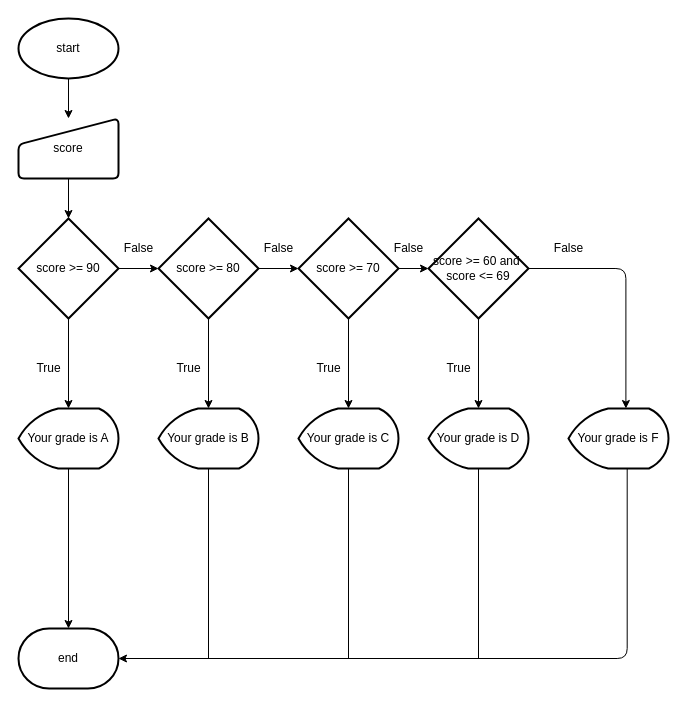
The draw.io diagram Draw IO L01/EX3.drawio in Sonparun/Sonparun, before the edit. Source tidied: cells renumbered, new cells numbered last; positions are measured from the earlier drawing's top-left corner, leaving out a move shared by most shapes. Both pictures are drawn from the tidied source at 100%, with x=0, y=0 at pixel (18, 18).
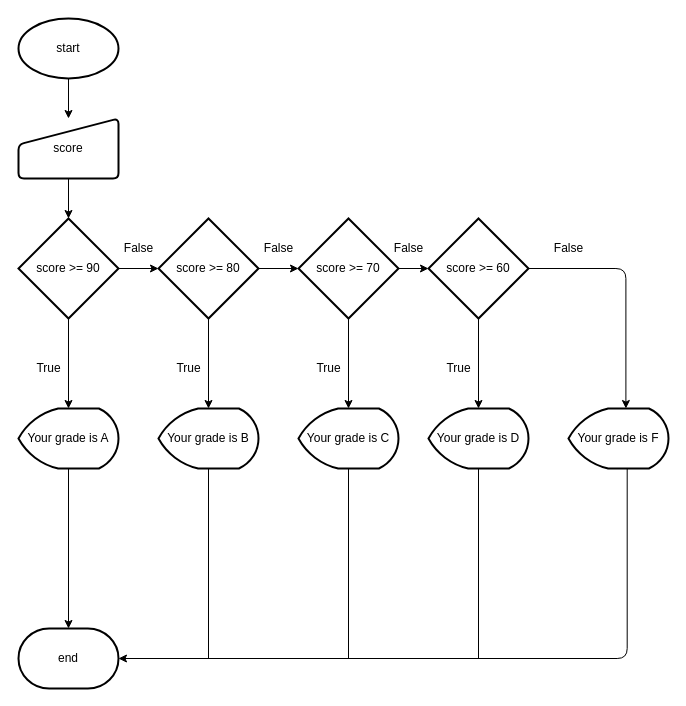
The same diagram, later.

What changed in the source:
```diff
@@
-    <mxCell id="19" value="score &amp;gt;= 60 and&amp;nbsp;&lt;br&gt;score &amp;lt;= 69" style="strokeWidth=2;html=1;shape=mxgraph.flowchart.decision;whiteSpace=wrap;" parent="1" vertex="1">
+    <mxCell id="19" value="score &amp;gt;= 60" style="strokeWidth=2;html=1;shape=mxgraph.flowchart.decision;whiteSpace=wrap;" parent="1" vertex="1">
       <mxGeometry x="410" y="200" width="100" height="100" as="geometry" />
     </mxCell>
```
